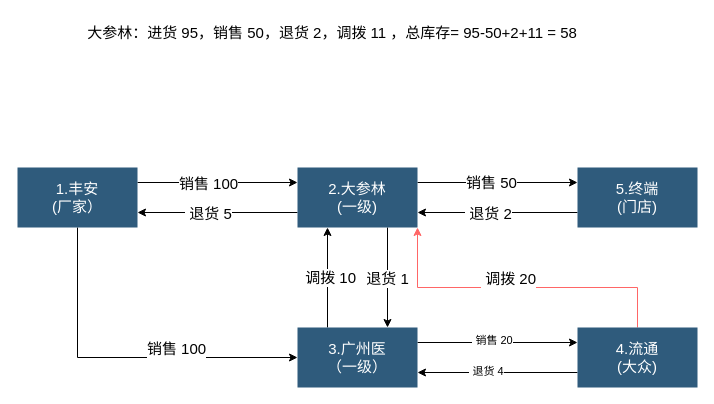
Above: page "调拨计算逻辑" (3 of 3) of 佰晟.drawio in xiaoming728/draw (draw.io), before the change. Source tidied: cells renumbered, new cells numbered last; positions are measured from the earlier drawing's top-left corner, leaving out a move shared by most shapes. Both pictures are drawn from the tidied source at 100%, with x=0, y=0 at pixel (17, 17).
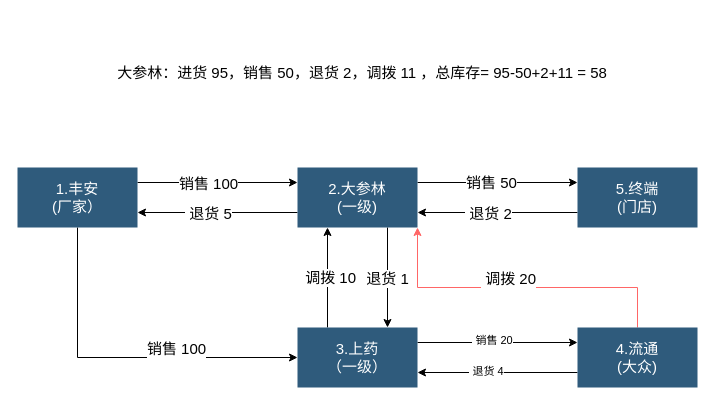
The same page after the edit.

The edit, as a diff of the source:
```diff
@@
-    <mxCell id="22" value="3.广州医&lt;div&gt;（一级）&lt;/div&gt;" style="whiteSpace=wrap;shadow=0;fontColor=#FFFFFF;fontFamily=Helvetica;fontStyle=0;html=1;fontSize=15;plain-purple;strokeColor=none;fillColor=#2f5b7c;gradientColor=none;spacing=6;verticalAlign=middle;" parent="1" vertex="1">
+    <mxCell id="22" value="3.上药&lt;div&gt;（一级）&lt;/div&gt;" style="whiteSpace=wrap;shadow=0;fontColor=#FFFFFF;fontFamily=Helvetica;fontStyle=0;html=1;fontSize=15;plain-purple;strokeColor=none;fillColor=#2f5b7c;gradientColor=none;spacing=6;verticalAlign=middle;" parent="1" vertex="1">
       <mxGeometry x="280" y="310" width="120" height="60" as="geometry" />
     </mxCell>
     <mxCell id="23" value="&lt;span&gt;大参林：进货 95，销售 50，退货 2，调拨 11 ，总库存=&amp;nbsp;&lt;/span&gt;95-50+2+11 = 58" style="text;html=1;align=center;verticalAlign=middle;whiteSpace=wrap;rounded=0;fontSize=15;" parent="1" vertex="1">
-      <mxGeometry x="20" width="590" height="30" as="geometry" />
+      <mxGeometry x="50" y="40" width="590" height="30" as="geometry" />
     </mxCell>
```
